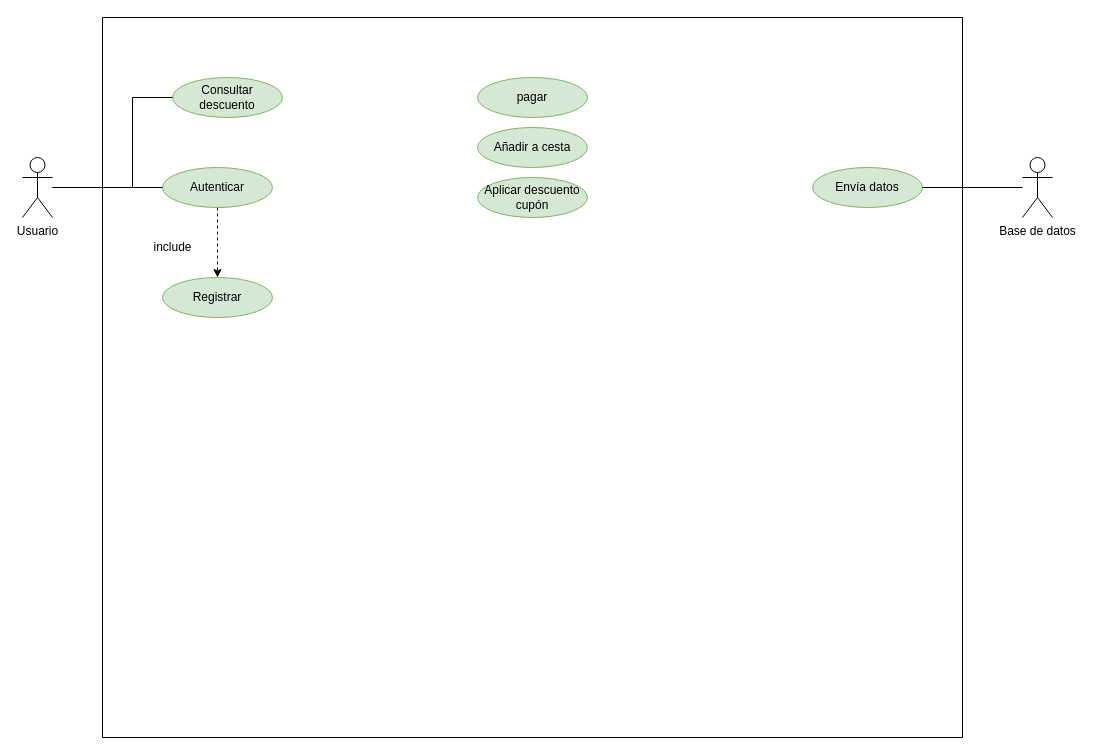
samugd17/proyecto-ets keeps this draw.io diagram as doc/diagramas/Descuentra_CU.drawio. Above is the earlier version. Source tidied: cells renumbered, new cells numbered last; positions are measured from the earlier drawing's top-left corner, leaving out a move shared by most shapes. Both pictures are drawn from the tidied source at 100%, with x=0, y=0 at pixel (22, 17).
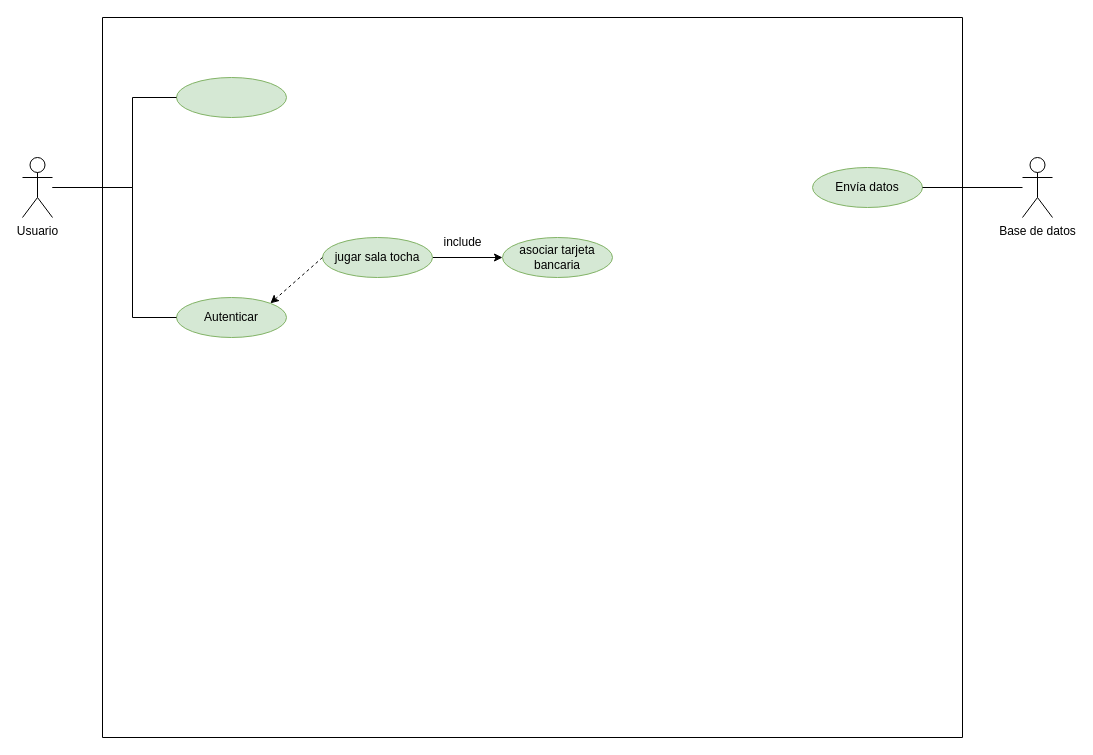
The same diagram, later.

Change to the diagram source:
```diff
@@
 <mxGraphModel>
   <root>
     <mxCell id="0" />
     <mxCell id="1" parent="0" />
     <mxCell id="2" style="swimlane;startSize=0;" parent="1" vertex="1">
       <mxGeometry x="80" width="860" height="720" as="geometry" />
     </mxCell>
-    <mxCell id="3" style="edgeStyle=orthogonalEdgeStyle;rounded=0;jettySize=auto;html=1;entryX=0.5;entryY=0;entryDx=0;entryDy=0;endArrow=classic;endFill=1;dashed=1;" parent="2" edge="1" source="4" target="6">
-      <mxGeometry relative="1" as="geometry" />
-    </mxCell>
     <mxCell id="4" value="Autenticar" style="ellipse;whiteSpace=wrap;html=1;fillColor=#d5e8d4;strokeColor=#82b366;" parent="2" vertex="1">
-      <mxGeometry x="60" y="150" width="110" height="40" as="geometry" />
+      <mxGeometry x="74" y="280" width="110" height="40" as="geometry" />
     </mxCell>
-    <mxCell id="5" value="&lt;div&gt;Consultar&lt;/div&gt;&lt;div&gt;descuento&lt;/div&gt;" style="ellipse;whiteSpace=wrap;html=1;fillColor=#d5e8d4;strokeColor=#82b366;" parent="2" vertex="1">
-      <mxGeometry x="70" y="60" width="110" height="40" as="geometry" />
-    </mxCell>
-    <mxCell id="6" value="Registrar" style="ellipse;whiteSpace=wrap;html=1;fillColor=#d5e8d4;strokeColor=#82b366;" parent="2" vertex="1">
-      <mxGeometry x="60" y="260" width="110" height="40" as="geometry" />
-    </mxCell>
+    <mxCell id="8" value="Envía datos" style="ellipse;whiteSpace=wrap;html=1;fillColor=#d5e8d4;strokeColor=#82b366;" parent="2" vertex="1">
+      <mxGeometry x="710" y="150" width="110" height="40" as="geometry" />
+    </mxCell>
+    <mxCell id="17" style="edgeStyle=orthogonalEdgeStyle;rounded=0;jettySize=auto;html=1;entryX=0;entryY=0.5;entryDx=0;entryDy=0;" parent="2" edge="1" source="18" target="21">
+      <mxGeometry relative="1" as="geometry" />
+    </mxCell>
+    <mxCell id="18" value="jugar sala tocha" style="ellipse;whiteSpace=wrap;html=1;fillColor=#d5e8d4;strokeColor=#82b366;" parent="2" vertex="1">
+      <mxGeometry x="220" y="220" width="110" height="40" as="geometry" />
+    </mxCell>
+    <mxCell id="19" style="endArrow=none;html=1;rounded=0;entryX=0;entryY=0.5;entryDx=0;entryDy=0;exitX=1;exitY=0;exitDx=0;exitDy=0;endFill=0;startArrow=classic;startFill=1;dashed=1;" parent="2" edge="1" source="4" target="18">
+      <mxGeometry relative="1" as="geometry" />
+    </mxCell>
+    <mxCell id="20" style="ellipse;whiteSpace=wrap;html=1;fillColor=#d5e8d4;strokeColor=#82b366;" parent="2" vertex="1">
+      <mxGeometry x="74" y="60" width="110" height="40" as="geometry" />
+    </mxCell>
+    <mxCell id="21" value="asociar tarjeta bancaria" style="ellipse;whiteSpace=wrap;html=1;fillColor=#d5e8d4;strokeColor=#82b366;" parent="2" vertex="1">
+      <mxGeometry x="400" y="220" width="110" height="40" as="geometry" />
+    </mxCell>
     <mxCell id="7" value="include" style="text;html=1;align=center;verticalAlign=middle;strokeColor=none;fillColor=none;" parent="2" vertex="1">
-      <mxGeometry x="40" y="215" width="60" height="30" as="geometry" />
+      <mxGeometry x="330" y="210" width="60" height="30" as="geometry" />
     </mxCell>
-    <mxCell id="8" value="Envía datos" style="ellipse;whiteSpace=wrap;html=1;fillColor=#d5e8d4;strokeColor=#82b366;" parent="2" vertex="1">
-      <mxGeometry x="710" y="150" width="110" height="40" as="geometry" />
-    </mxCell>
-    <mxCell id="9" value="pagar" style="ellipse;whiteSpace=wrap;html=1;fillColor=#d5e8d4;strokeColor=#82b366;" parent="2" vertex="1">
-      <mxGeometry x="375" y="60" width="110" height="40" as="geometry" />
-    </mxCell>
-    <mxCell id="10" value="Añadir a cesta" style="ellipse;whiteSpace=wrap;html=1;fillColor=#d5e8d4;strokeColor=#82b366;" parent="2" vertex="1">
-      <mxGeometry x="375" y="110" width="110" height="40" as="geometry" />
-    </mxCell>
-    <mxCell id="11" value="Aplicar descuento cupón" style="ellipse;whiteSpace=wrap;html=1;fillColor=#d5e8d4;strokeColor=#82b366;" parent="2" vertex="1">
-      <mxGeometry x="375" y="160" width="110" height="40" as="geometry" />
-    </mxCell>
-    <mxCell id="12" style="edgeStyle=orthogonalEdgeStyle;rounded=0;jettySize=auto;html=1;entryX=0;entryY=0.5;entryDx=0;entryDy=0;endArrow=none;endFill=0;" parent="1" edge="1" source="14" target="4">
-      <mxGeometry relative="1" as="geometry" />
+    <mxCell id="12" style="edgeStyle=orthogonalEdgeStyle;rounded=0;jettySize=auto;html=1;endArrow=none;endFill=0;entryX=0;entryY=0.5;entryDx=0;entryDy=0;" parent="1" edge="1" source="14" target="4">
+      <mxGeometry relative="1" as="geometry">
+        <Array as="points">
+          <mxPoint x="110" y="170" />
+          <mxPoint x="110" y="300" />
+        </Array>
+      </mxGeometry>
     </mxCell>
-    <mxCell id="13" style="edgeStyle=orthogonalEdgeStyle;rounded=0;jettySize=auto;html=1;entryX=0;entryY=0.5;entryDx=0;entryDy=0;endArrow=none;endFill=0;" parent="1" edge="1" source="14" target="5">
+    <mxCell id="13" style="edgeStyle=orthogonalEdgeStyle;rounded=0;jettySize=auto;html=1;entryX=0;entryY=0.5;entryDx=0;entryDy=0;endArrow=none;endFill=0;" parent="1" edge="1" source="14" target="20">
       <mxGeometry relative="1" as="geometry">
         <Array as="points">
           <mxPoint x="110" y="170" />
           <mxPoint x="110" y="80" />
         </Array>
       </mxGeometry>
     </mxCell>
     <mxCell id="14" value="&lt;div&gt;Usuario&lt;/div&gt;" style="shape=umlActor;verticalLabelPosition=bottom;verticalAlign=top;html=1;outlineConnect=0;" parent="1" vertex="1">
       <mxGeometry y="140" width="30" height="60" as="geometry" />
     </mxCell>
     <mxCell id="15" style="edgeStyle=orthogonalEdgeStyle;rounded=0;jettySize=auto;html=1;entryX=1;entryY=0.5;entryDx=0;entryDy=0;endArrow=none;endFill=0;" parent="1" edge="1" source="16" target="8">
       <mxGeometry relative="1" as="geometry" />
     </mxCell>
     <mxCell id="16" value="&lt;div&gt;Base de datos&lt;/div&gt;" style="shape=umlActor;verticalLabelPosition=bottom;verticalAlign=top;html=1;outlineConnect=0;" parent="1" vertex="1">
       <mxGeometry x="1000" y="140" width="30" height="60" as="geometry" />
     </mxCell>
   </root>
 </mxGraphModel>
```
